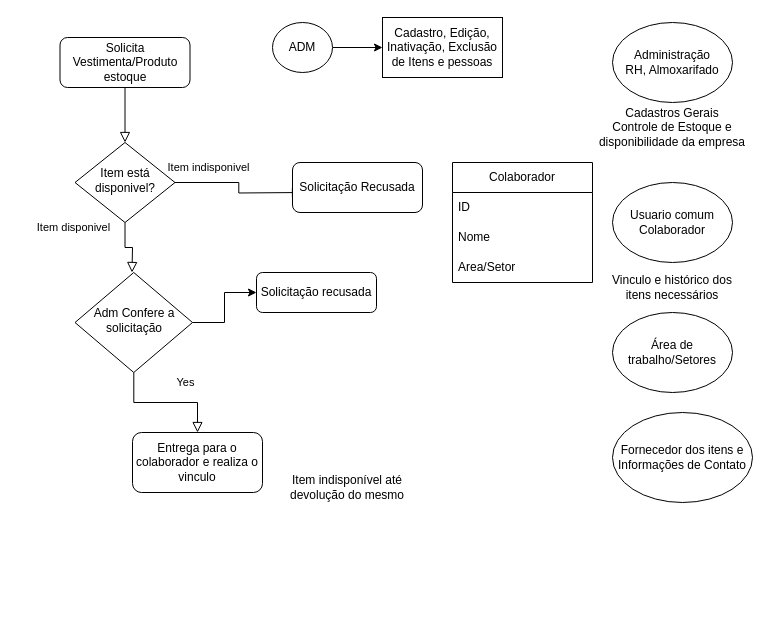
repo-faculdade/Diagram keeps this draw.io diagram as Simple Diagram.drawio. Above is the earlier version. Source tidied: cells renumbered, new cells numbered last; positions are measured from the earlier drawing's top-left corner, leaving out a move shared by most shapes. Both pictures are drawn from the tidied source at 100%, with x=0, y=0 at pixel (60, 17).
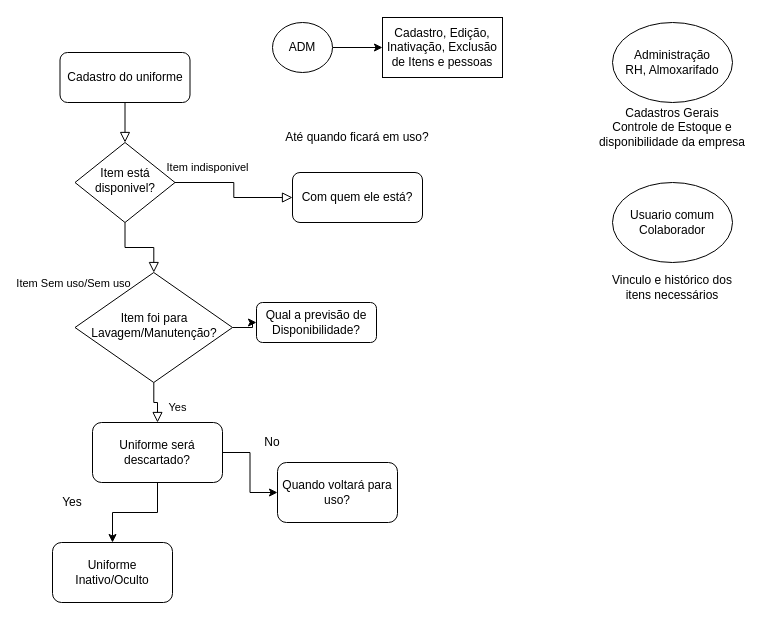
Above is the later version.

Unchanged cells that the change refers to:
```xml
<mxCell id="14" value="Item está disponivel?" style="rhombus;whiteSpace=wrap;html=1;shadow=0;fontFamily=Helvetica;fontSize=12;align=center;strokeWidth=1;spacing=6;spacingTop=-4;" parent="1" vertex="1">
  <mxGeometry x="14.5" y="125" width="100" height="80" as="geometry" />
</mxCell>
```

The edit, as a diff of the source:
```diff
@@
-    <mxCell id="3" value="Solicita Vestimenta/Produto estoque" style="rounded=1;whiteSpace=wrap;html=1;fontSize=12;glass=0;strokeWidth=1;shadow=0;" parent="1" vertex="1">
-      <mxGeometry x="-0.5" y="20" width="130" height="50" as="geometry" />
+    <mxCell id="3" value="Cadastro do uniforme" style="rounded=1;whiteSpace=wrap;html=1;fontSize=12;glass=0;strokeWidth=1;shadow=0;" parent="1" vertex="1">
+      <mxGeometry x="-0.5" y="35" width="130" height="50" as="geometry" />
     </mxCell>
-    <mxCell id="4" value="Item disponivel" style="rounded=0;html=1;jettySize=auto;fontSize=11;endArrow=block;endFill=0;endSize=8;strokeWidth=1;shadow=0;labelBackgroundColor=none;edgeStyle=orthogonalEdgeStyle;" parent="1" edge="1" source="14">
-      <mxGeometry x="-0.81" y="-52" relative="1" as="geometry">
-        <mxPoint x="71.5" y="255" as="targetPoint" />
+    <mxCell id="4" value="Item Sem uso/Sem uso" style="rounded=0;html=1;jettySize=auto;fontSize=11;endArrow=block;endFill=0;endSize=8;strokeWidth=1;shadow=0;labelBackgroundColor=none;edgeStyle=orthogonalEdgeStyle;" parent="1" edge="1" source="14" target="16">
+      <mxGeometry x="1" y="-80" relative="1" as="geometry">
+        <mxPoint y="11" as="offset" />
       </mxGeometry>
     </mxCell>
-    <mxCell id="5" value="Item indisponivel" style="edgeStyle=orthogonalEdgeStyle;rounded=0;html=1;jettySize=auto;fontSize=11;endArrow=block;endFill=0;endSize=8;strokeWidth=1;shadow=0;labelBackgroundColor=none;" parent="1" edge="1" source="14">
-      <mxGeometry x="-0.52" y="15" relative="1" as="geometry">
-        <mxPoint x="242" y="175" as="targetPoint" />
-      </mxGeometry>
+    <mxCell id="5" value="Item indisponivel" style="edgeStyle=orthogonalEdgeStyle;rounded=0;html=1;jettySize=auto;fontSize=11;endArrow=block;endFill=0;endSize=8;strokeWidth=1;shadow=0;labelBackgroundColor=none;" parent="1" edge="1" source="14" target="6">
+      <mxGeometry x="-0.52" y="15" relative="1" as="geometry" />
     </mxCell>
-    <mxCell id="6" value="Solicitação Recusada" style="rounded=1;whiteSpace=wrap;html=1;fontSize=12;glass=0;strokeWidth=1;shadow=0;" parent="1" vertex="1">
-      <mxGeometry x="232" y="145" width="130" height="50" as="geometry" />
+    <mxCell id="6" value="Com quem ele está?" style="rounded=1;whiteSpace=wrap;html=1;fontSize=12;glass=0;strokeWidth=1;shadow=0;" parent="1" vertex="1">
+      <mxGeometry x="232" y="155" width="130" height="50" as="geometry" />
     </mxCell>
@@
+    <mxCell id="27" style="edgeStyle=orthogonalEdgeStyle;rounded=0;jettySize=auto;html=1;" parent="1" edge="1" source="8" target="29">
+      <mxGeometry relative="1" as="geometry" />
+    </mxCell>
+    <mxCell id="28" style="edgeStyle=orthogonalEdgeStyle;rounded=0;jettySize=auto;html=1;" parent="1" edge="1" source="8" target="30">
+      <mxGeometry relative="1" as="geometry" />
+    </mxCell>
-    <mxCell id="8" value="Entrega para o colaborador e realiza o vinculo" style="rounded=1;whiteSpace=wrap;html=1;fontSize=12;glass=0;strokeWidth=1;shadow=0;" parent="1" vertex="1">
-      <mxGeometry x="72" y="415" width="130" height="60" as="geometry" />
+    <mxCell id="8" value="Uniforme será descartado?" style="rounded=1;whiteSpace=wrap;html=1;fontSize=12;glass=0;strokeWidth=1;shadow=0;" parent="1" vertex="1">
+      <mxGeometry x="32" y="405" width="130" height="60" as="geometry" />
     </mxCell>
-    <mxCell id="9" value="Solicitação recusada" style="rounded=1;whiteSpace=wrap;html=1;fontSize=12;glass=0;strokeWidth=1;shadow=0;" parent="1" vertex="1">
-      <mxGeometry x="196" y="255" width="120" height="40" as="geometry" />
+    <mxCell id="9" value="Qual a previsão de Disponibilidade?" style="rounded=1;whiteSpace=wrap;html=1;fontSize=12;glass=0;strokeWidth=1;shadow=0;" parent="1" vertex="1">
+      <mxGeometry x="196" y="285" width="120" height="40" as="geometry" />
     </mxCell>
@@
-    <mxCell id="16" value="Adm Confere a solicitação" style="rhombus;whiteSpace=wrap;html=1;shadow=0;fontFamily=Helvetica;fontSize=12;align=center;strokeWidth=1;spacing=6;spacingTop=-4;" parent="1" vertex="1">
-      <mxGeometry x="14.5" y="255" width="117.5" height="100" as="geometry" />
+    <mxCell id="16" value="Item foi para Lavagem/Manutenção?" style="rhombus;whiteSpace=wrap;html=1;shadow=0;fontFamily=Helvetica;fontSize=12;align=center;strokeWidth=1;spacing=6;spacingTop=-4;" parent="1" vertex="1">
+      <mxGeometry x="14.5" y="255" width="157.5" height="110" as="geometry" />
     </mxCell>
-    <mxCell id="17" value="Item indisponível até devolução do mesmo" style="text;html=1;align=center;verticalAlign=middle;whiteSpace=wrap;rounded=0;" parent="1" vertex="1">
-      <mxGeometry x="207" y="435" width="160" height="70" as="geometry" />
+    <mxCell id="17" value="Até quando ficará em uso?" style="text;html=1;align=center;verticalAlign=middle;whiteSpace=wrap;rounded=0;" parent="1" vertex="1">
+      <mxGeometry x="217" y="85" width="160" height="70" as="geometry" />
     </mxCell>
-    <mxCell id="18" value="Área de trabalho/Setores" style="ellipse;whiteSpace=wrap;html=1;" parent="1" vertex="1">
-      <mxGeometry x="552" y="295" width="120" height="80" as="geometry" />
-    </mxCell>
@@
-    <mxCell id="22" value="Fornecedor dos itens e Informações de Contato" style="ellipse;whiteSpace=wrap;html=1;" parent="1" vertex="1">
-      <mxGeometry x="552" y="395" width="140" height="90" as="geometry" />
-    </mxCell>
-    <mxCell id="23" value="Colaborador" style="swimlane;fontStyle=0;horizontal=1;startSize=30;whiteSpace=wrap;html=1;" parent="1" vertex="1">
-      <mxGeometry x="392" y="145" width="140" height="120" as="geometry" />
-    </mxCell>
-    <mxCell id="24" value="ID" style="text;strokeColor=none;fillColor=none;align=left;verticalAlign=middle;spacingLeft=4;spacingRight=4;overflow=hidden;whiteSpace=wrap;html=1;" parent="23" vertex="1">
-      <mxGeometry y="30" width="140" height="30" as="geometry" />
-    </mxCell>
-    <mxCell id="25" value="Nome" style="text;strokeColor=none;fillColor=none;align=left;verticalAlign=middle;spacingLeft=4;spacingRight=4;overflow=hidden;whiteSpace=wrap;html=1;" parent="23" vertex="1">
-      <mxGeometry y="60" width="140" height="30" as="geometry" />
-    </mxCell>
-    <mxCell id="26" value="Area/Setor" style="text;strokeColor=none;fillColor=none;align=left;verticalAlign=middle;spacingLeft=4;spacingRight=4;overflow=hidden;whiteSpace=wrap;html=1;" parent="23" vertex="1">
-      <mxGeometry y="90" width="140" height="30" as="geometry" />
-    </mxCell>
+    <mxCell id="29" value="Uniforme Inativo/Oculto" style="whiteSpace=wrap;html=1;rounded=1;glass=0;strokeWidth=1;shadow=0;" parent="1" vertex="1">
+      <mxGeometry x="-8" y="525" width="120" height="60" as="geometry" />
+    </mxCell>
+    <mxCell id="30" value="Quando voltará para uso?" style="whiteSpace=wrap;html=1;rounded=1;glass=0;strokeWidth=1;shadow=0;" parent="1" vertex="1">
+      <mxGeometry x="217" y="445" width="120" height="60" as="geometry" />
+    </mxCell>
+    <mxCell id="31" value="Yes" style="text;html=1;strokeColor=none;fillColor=none;align=center;verticalAlign=middle;whiteSpace=wrap;overflow=hidden;" parent="1" vertex="1">
+      <mxGeometry x="-28" y="475" width="80" height="20" as="geometry" />
+    </mxCell>
+    <mxCell id="32" value="No" style="text;html=1;strokeColor=none;fillColor=none;align=center;verticalAlign=middle;whiteSpace=wrap;overflow=hidden;" parent="1" vertex="1">
+      <mxGeometry x="172" y="415" width="80" height="20" as="geometry" />
+    </mxCell>
```
